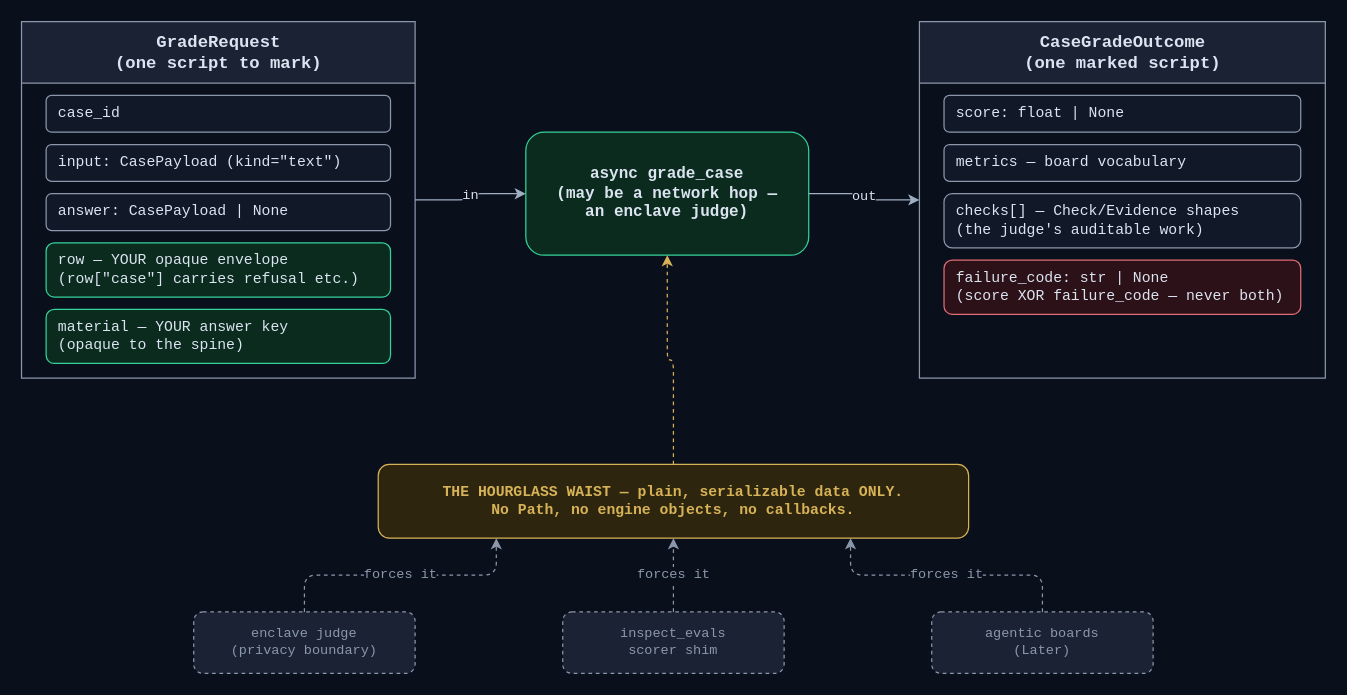
Before: apps/screamingface-engine/docs/diagrams/grade-case-hourglass.drawio in ScreamingFace/screamingface, a draw.io diagram. Source tidied: cells renumbered, new cells numbered last; positions are measured from the earlier drawing's top-left corner, leaving out a move shared by most shapes. Both pictures are drawn from the tidied source at 123%, with x=0, y=0 at pixel (21, 21).
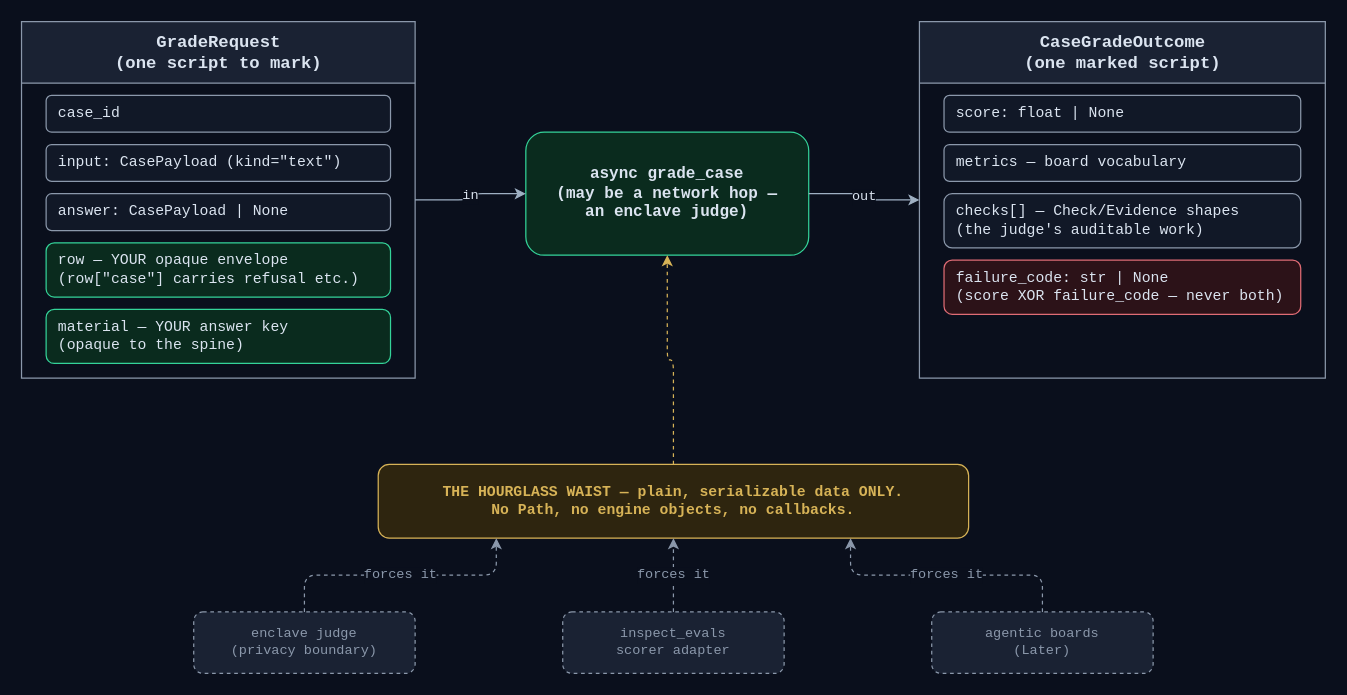
Above is the later version.

Change to the diagram source:
```diff
@@
-    <mxCell id="18" value="inspect_evals&#10;scorer shim" style="rounded=1;whiteSpace=wrap;html=1;dashed=1;fillColor=#1a2233;strokeColor=#8b98ab;fontColor=#8b98ab;fontFamily=Courier New;fontSize=11;" parent="1" vertex="1">
+    <mxCell id="18" value="inspect_evals&#10;scorer adapter" style="rounded=1;whiteSpace=wrap;html=1;dashed=1;fillColor=#1a2233;strokeColor=#8b98ab;fontColor=#8b98ab;fontFamily=Courier New;fontSize=11;" parent="1" vertex="1">
       <mxGeometry x="440" y="480" width="180" height="50" as="geometry" />
     </mxCell>
```
